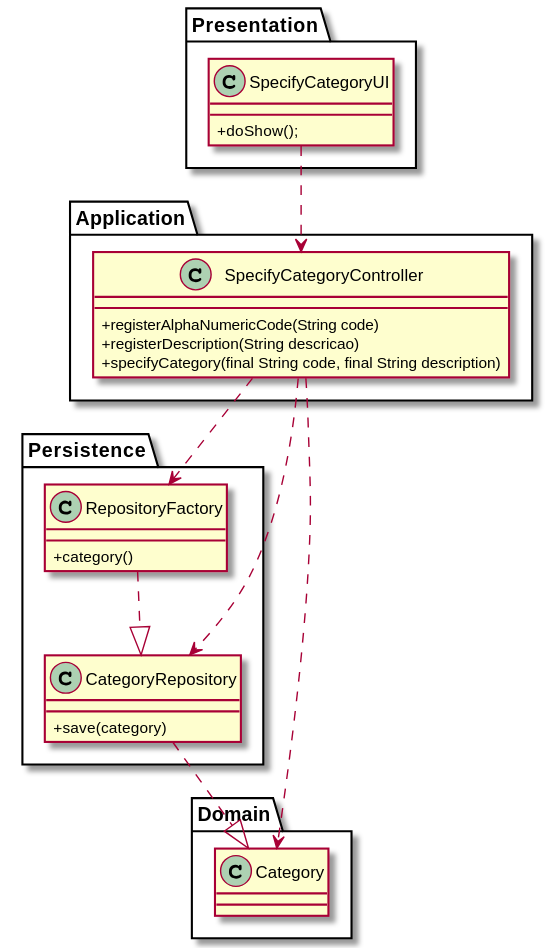
The PlantUML diagram Documentação/1190772/US1502/1502_CD.svg in 1190772/LAB-Project-4, before a commit.
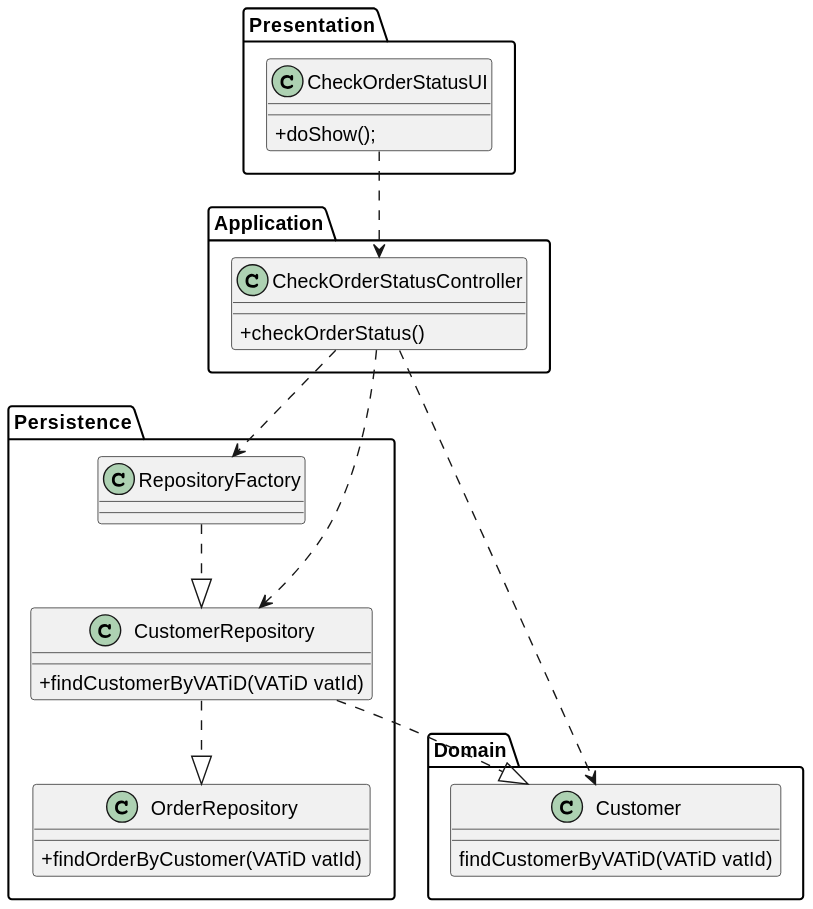
Above is the later version.

Diff of the diagram source:
```diff
@@ -3,45 +3,49 @@
 
 
 Package Presentation{
-class SpecifyCategoryUI {
+class CheckOrderStatusUI {
 +doShow();
 }
 }
 
 Package Application{
-class SpecifyCategoryController {
-  +registerAlphaNumericCode(String code)
-  +registerDescription(String descricao)
-  +specifyCategory(final String code, final String description)
+class CheckOrderStatusController {
+  +checkOrderStatus()
 }
 }
 
 
 Package Domain{
-class Category {
+class Customer {
+findCustomerByVATiD(VATiD vatId)
 }
 
 }
 
 Package Persistence{
+
 class RepositoryFactory{
-  +category()
 }
 
-class CategoryRepository{
-  +save(category)
+class CustomerRepository{
+  +findCustomerByVATiD(VATiD vatId)
+}
+
+class OrderRepository{
+  +findOrderByCustomer(VATiD vatId)
 }
 
 }
 
 
 
-SpecifyCategoryUI ..> SpecifyCategoryController
-SpecifyCategoryController ..> Category
-SpecifyCategoryController ..> RepositoryFactory
-SpecifyCategoryController ..> CategoryRepository
-RepositoryFactory ..|> CategoryRepository
-CategoryRepository ..|> Category
+CheckOrderStatusUI ..> CheckOrderStatusController
+CheckOrderStatusController ..> Customer
+CheckOrderStatusController ..> RepositoryFactory
+CheckOrderStatusController ..> CustomerRepository
+RepositoryFactory ..|> CustomerRepository
+CustomerRepository ..|> Customer
+CustomerRepository ..|> OrderRepository
 
 
 
```
